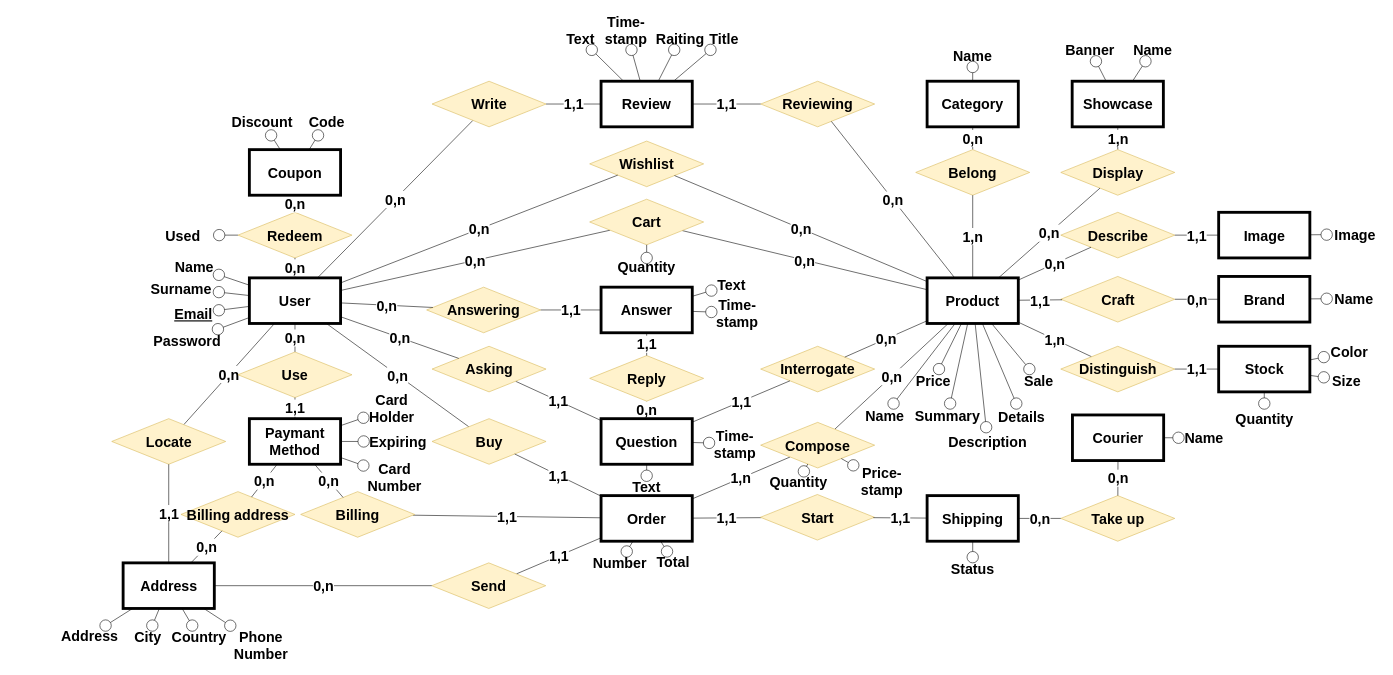
The draw.io diagram Tecnologie del web.drawio in Coccio98/Tecnologie-del-web, before the edit. Source tidied: cells renumbered, new cells numbered last; positions are measured from the earlier drawing's top-left corner, leaving out a move shared by most shapes. Both pictures are drawn from the tidied source at 57%, with x=0, y=0 at pixel (55, 10).
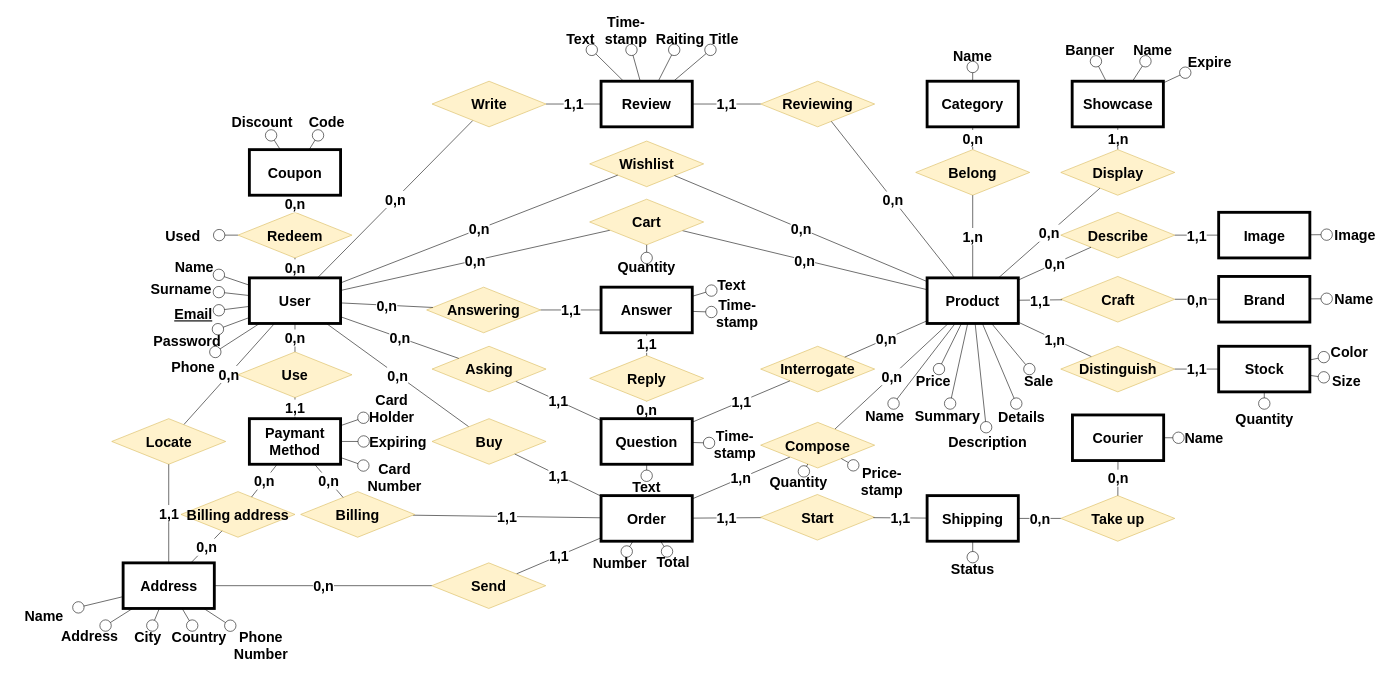
The same diagram, later.

The change refers to these unchanged cells:
```xml
<mxCell id="69" value="User" style="rounded=0;whiteSpace=wrap;html=1;fontSize=25;fontStyle=1;strokeWidth=5;" parent="1" vertex="1">
  <mxGeometry x="340" y="470" width="160" height="80" as="geometry" />
</mxCell>
<mxCell id="70" value="Address" style="rounded=0;whiteSpace=wrap;html=1;fontSize=25;fontStyle=1;strokeWidth=5;" parent="1" vertex="1">
  <mxGeometry x="118.5" y="970" width="160" height="80" as="geometry" />
</mxCell>
<mxCell id="85" value="Showcase" style="rounded=0;whiteSpace=wrap;html=1;fontSize=25;fontStyle=1;strokeWidth=5;" parent="1" vertex="1">
  <mxGeometry x="1783.5" y="125" width="160" height="80" as="geometry" />
</mxCell>
```

Change to the diagram source:
```diff
@@
+    <mxCell id="173" style="endArrow=none;html=1;fontSize=25;startArrow=oval;startFill=0;startSize=20;fontStyle=1;" parent="1" edge="1" source="174" target="70">
+      <mxGeometry relative="1" as="geometry" />
+    </mxCell>
+    <mxCell id="174" value="Name" style="text;html=1;strokeColor=none;fillColor=none;align=center;verticalAlign=middle;whiteSpace=wrap;rounded=0;fontSize=25;fontColor=#000000;fontStyle=1;" parent="1" vertex="1">
+      <mxGeometry x="-80" y="1045" width="120" height="35" as="geometry" />
+    </mxCell>
+    <mxCell id="175" value="Phone" style="text;html=1;strokeColor=none;fillColor=none;align=center;verticalAlign=middle;whiteSpace=wrap;rounded=0;fontSize=25;fontStyle=1;" parent="1" vertex="1">
+      <mxGeometry x="198.2" y="600" width="86.5" height="50" as="geometry" />
+    </mxCell>
+    <mxCell id="176" style="endArrow=none;html=1;fontSize=25;startArrow=oval;startFill=0;startSize=20;fontStyle=1;" parent="1" edge="1" source="175" target="69">
+      <mxGeometry relative="1" as="geometry" />
+    </mxCell>
+    <mxCell id="177" style="endArrow=none;html=1;fontSize=15;startArrow=oval;startFill=0;strokeWidth=1;startSize=20;" parent="1" edge="1" source="178" target="85">
+      <mxGeometry relative="1" as="geometry" />
+    </mxCell>
+    <mxCell id="178" value="Expire" style="text;html=1;strokeColor=none;fillColor=none;align=center;verticalAlign=middle;whiteSpace=wrap;rounded=0;fontSize=25;fontStyle=1;" parent="1" vertex="1">
+      <mxGeometry x="1980" y="70" width="90" height="40" as="geometry" />
+    </mxCell>
```
